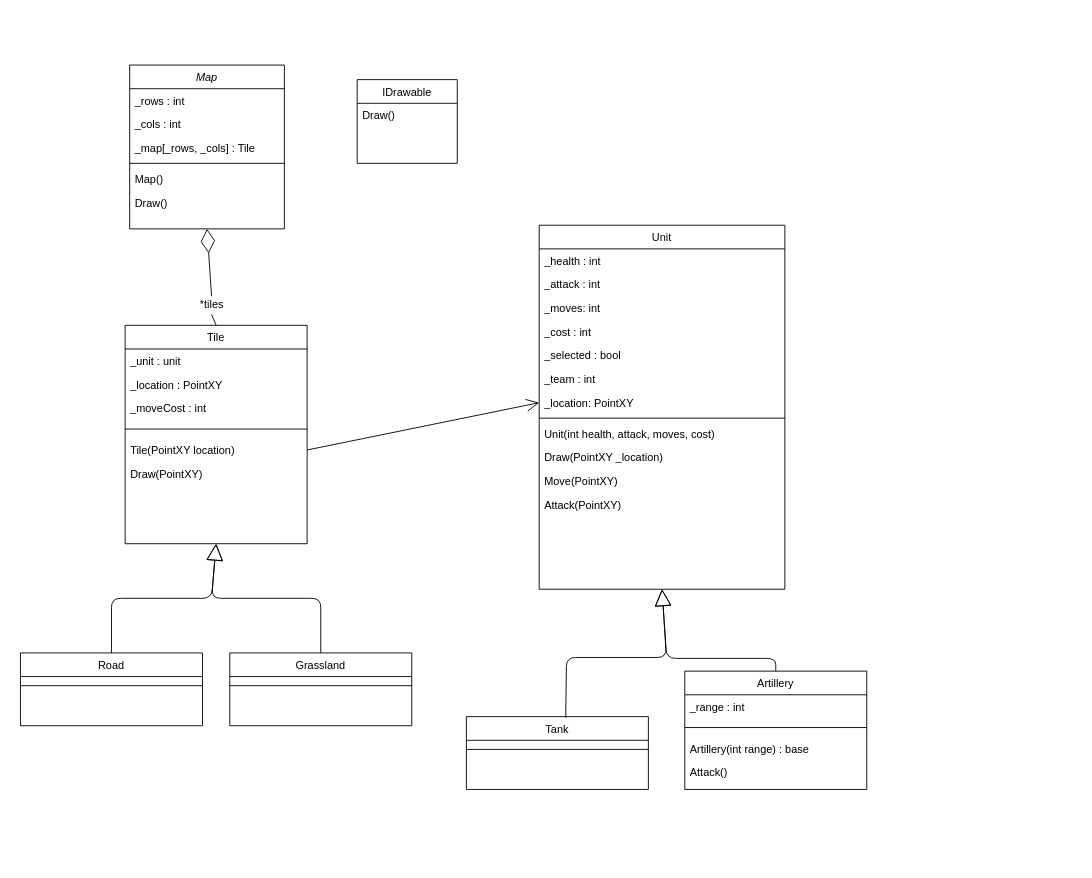
This is CreditTask6.2/AdvanceWarsUML.drawio from Panzer04/COS20007, a draw.io file, before an edit. Source tidied: cells renumbered, new cells numbered last; positions are measured from the earlier drawing's top-left corner, leaving out a move shared by most shapes. Both pictures are drawn from the tidied source at 91%, with x=0, y=0 at pixel (20, 65).
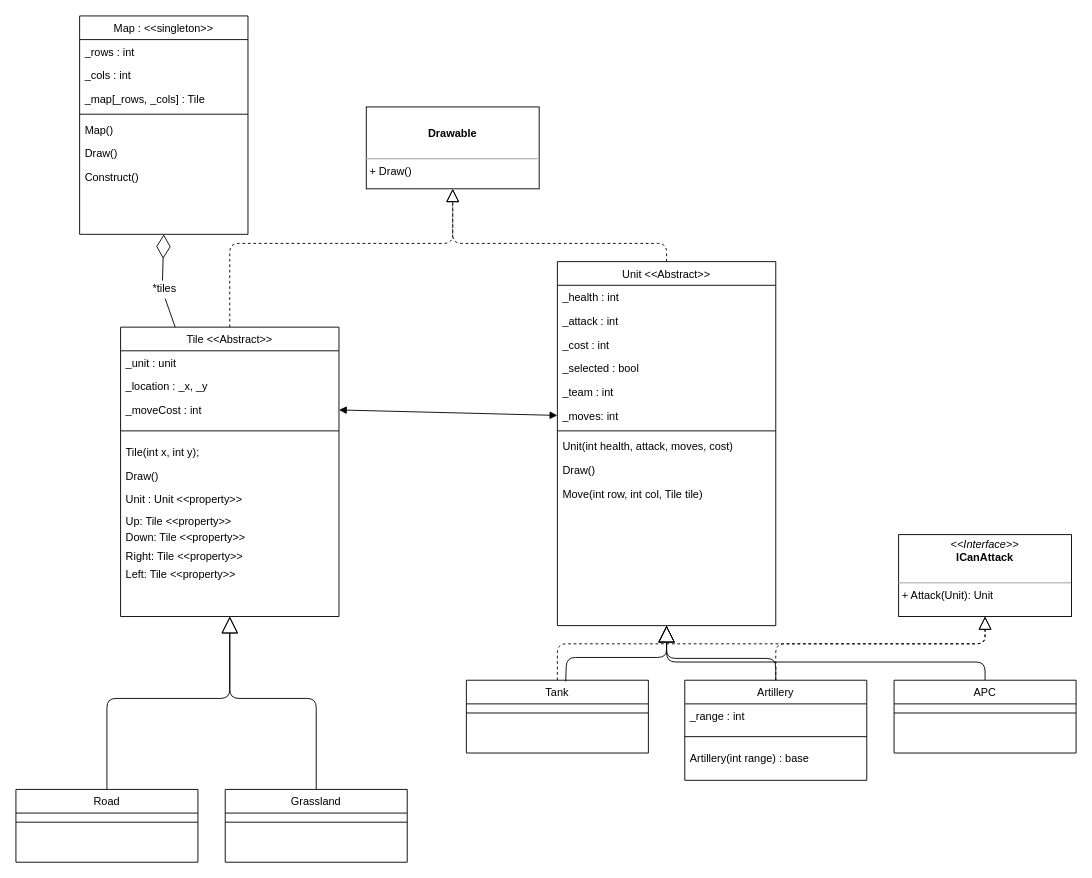
After the change.

Change to the diagram source:
```diff
@@
-    <mxCell id="2" value="Map" style="swimlane;fontStyle=2;align=center;verticalAlign=top;horizontal=1;startSize=26;rounded=0;shadow=0;strokeWidth=1;" parent="1" vertex="1">
-      <mxGeometry x="120" width="170" height="180" as="geometry" />
+    <mxCell id="2" value="Map : &lt;&lt;singleton&gt;&gt;" style="swimlane;fontStyle=0;align=center;verticalAlign=top;horizontal=1;startSize=26;rounded=0;shadow=0;strokeWidth=1;" parent="1" vertex="1">
+      <mxGeometry x="65" y="-54" width="185" height="240" as="geometry" />
     </mxCell>
     <mxCell id="3" value="_rows : int" style="text;align=left;verticalAlign=top;spacingLeft=4;spacingRight=4;overflow=hidden;" parent="2" vertex="1">
-      <mxGeometry y="26" width="170" height="26" as="geometry" />
+      <mxGeometry y="26" width="185" height="26" as="geometry" />
     </mxCell>
     <mxCell id="4" value="_cols : int" style="text;align=left;verticalAlign=top;spacingLeft=4;spacingRight=4;overflow=hidden;rounded=0;shadow=0;html=0;" parent="2" vertex="1">
-      <mxGeometry y="52" width="170" height="26" as="geometry" />
+      <mxGeometry y="52" width="185" height="26" as="geometry" />
     </mxCell>
     <mxCell id="5" value="_map[_rows, _cols] : Tile" style="text;align=left;verticalAlign=top;spacingLeft=4;spacingRight=4;overflow=hidden;rounded=0;shadow=0;html=0;" parent="2" vertex="1">
-      <mxGeometry y="78" width="170" height="26" as="geometry" />
+      <mxGeometry y="78" width="185" height="26" as="geometry" />
     </mxCell>
     <mxCell id="6" style="line;html=1;strokeWidth=1;align=left;verticalAlign=middle;spacingTop=-1;spacingLeft=3;spacingRight=3;labelPosition=right;" parent="2" vertex="1">
-      <mxGeometry y="104" width="170" height="8" as="geometry" />
+      <mxGeometry y="104" width="185" height="8" as="geometry" />
     </mxCell>
     <mxCell id="7" value="Map() " style="text;align=left;verticalAlign=top;spacingLeft=4;spacingRight=4;overflow=hidden;" parent="2" vertex="1">
-      <mxGeometry y="112" width="170" height="26" as="geometry" />
+      <mxGeometry y="112" width="185" height="26" as="geometry" />
     </mxCell>
     <mxCell id="8" value="Draw()" style="text;align=left;verticalAlign=top;spacingLeft=4;spacingRight=4;overflow=hidden;" parent="2" vertex="1">
-      <mxGeometry y="138" width="170" height="26" as="geometry" />
+      <mxGeometry y="138" width="185" height="26" as="geometry" />
     </mxCell>
+    <mxCell id="50" value="Construct()" style="text;align=left;verticalAlign=top;spacingLeft=4;spacingRight=4;overflow=hidden;" parent="2" vertex="1">
+      <mxGeometry y="164" width="185" height="26" as="geometry" />
+    </mxCell>
-    <mxCell id="9" value="Tile" style="swimlane;fontStyle=0;align=center;verticalAlign=top;horizontal=1;startSize=26;rounded=0;shadow=0;strokeWidth=1;" parent="1" vertex="1">
-      <mxGeometry x="115" y="286" width="200" height="240" as="geometry" />
+    <mxCell id="9" value="Tile &lt;&lt;Abstract&gt;&gt;" style="swimlane;fontStyle=0;align=center;verticalAlign=top;horizontal=1;startSize=26;rounded=0;shadow=0;strokeWidth=1;" parent="1" vertex="1">
+      <mxGeometry x="110" y="288" width="240" height="318" as="geometry" />
     </mxCell>
     <mxCell id="10" value="_unit : unit" style="text;align=left;verticalAlign=top;spacingLeft=4;spacingRight=4;overflow=hidden;" parent="9" vertex="1">
-      <mxGeometry y="26" width="200" height="26" as="geometry" />
+      <mxGeometry y="26" width="240" height="26" as="geometry" />
     </mxCell>
-    <mxCell id="11" value="_location : PointXY" style="text;align=left;verticalAlign=top;spacingLeft=4;spacingRight=4;overflow=hidden;rounded=0;shadow=0;html=0;" parent="9" vertex="1">
-      <mxGeometry y="52" width="200" height="26" as="geometry" />
+    <mxCell id="11" value="_location : _x, _y" style="text;align=left;verticalAlign=top;spacingLeft=4;spacingRight=4;overflow=hidden;rounded=0;shadow=0;html=0;" parent="9" vertex="1">
+      <mxGeometry y="52" width="240" height="26" as="geometry" />
     </mxCell>
     <mxCell id="12" value="_moveCost : int" style="text;align=left;verticalAlign=top;spacingLeft=4;spacingRight=4;overflow=hidden;points=[[0,0.5],[1,0.5]];portConstraint=eastwest;rounded=0;shadow=0;html=0;" parent="9" vertex="1">
-      <mxGeometry y="78" width="200" height="26" as="geometry" />
+      <mxGeometry y="78" width="240" height="26" as="geometry" />
     </mxCell>
     <mxCell id="13" style="line;html=1;strokeWidth=1;align=left;verticalAlign=middle;spacingTop=-1;spacingLeft=3;spacingRight=3;labelPosition=right;" parent="9" vertex="1">
-      <mxGeometry y="104" width="200" height="20" as="geometry" />
+      <mxGeometry y="104" width="240" height="20" as="geometry" />
     </mxCell>
-    <mxCell id="14" value="Tile(PointXY location)" style="text;align=left;verticalAlign=top;spacingLeft=4;spacingRight=4;overflow=hidden;points=[[0,0.5],[1,0.5]];portConstraint=eastwest;rounded=0;shadow=0;html=0;" parent="9" vertex="1">
-      <mxGeometry y="124" width="200" height="26" as="geometry" />
+    <mxCell id="14" value="Tile(int x, int y);" style="text;align=left;verticalAlign=top;spacingLeft=4;spacingRight=4;overflow=hidden;points=[[0,0.5],[1,0.5]];portConstraint=eastwest;rounded=0;shadow=0;html=0;whiteSpace=wrap;" parent="9" vertex="1">
+      <mxGeometry y="124" width="240" height="26" as="geometry" />
     </mxCell>
-    <mxCell id="15" value="Draw(PointXY)" style="text;align=left;verticalAlign=top;spacingLeft=4;spacingRight=4;overflow=hidden;rounded=0;shadow=0;html=0;" parent="9" vertex="1">
-      <mxGeometry y="150" width="200" height="26" as="geometry" />
+    <mxCell id="15" value="Draw()" style="text;align=left;verticalAlign=top;spacingLeft=4;spacingRight=4;overflow=hidden;rounded=0;shadow=0;html=0;" parent="9" vertex="1">
+      <mxGeometry y="150" width="240" height="26" as="geometry" />
     </mxCell>
+    <mxCell id="51" value="Unit : Unit &lt;&lt;property&gt;&gt;" style="text;align=left;verticalAlign=top;spacingLeft=4;spacingRight=4;overflow=hidden;rounded=0;shadow=0;html=0;" parent="9" vertex="1">
+      <mxGeometry y="176" width="240" height="24" as="geometry" />
+    </mxCell>
+    <mxCell id="52" value="Up: Tile &lt;&lt;property&gt;&gt;" style="text;align=left;verticalAlign=top;spacingLeft=4;spacingRight=4;overflow=hidden;rounded=0;shadow=0;html=0;" parent="9" vertex="1">
+      <mxGeometry y="200" width="240" height="18" as="geometry" />
+    </mxCell>
+    <mxCell id="53" value="Down: Tile &lt;&lt;property&gt;&gt;" style="text;align=left;verticalAlign=top;spacingLeft=4;spacingRight=4;overflow=hidden;rounded=0;shadow=0;html=0;" parent="9" vertex="1">
+      <mxGeometry y="218" width="240" height="20" as="geometry" />
+    </mxCell>
+    <mxCell id="54" value="Right: Tile &lt;&lt;property&gt;&gt;" style="text;align=left;verticalAlign=top;spacingLeft=4;spacingRight=4;overflow=hidden;rounded=0;shadow=0;html=0;" parent="9" vertex="1">
+      <mxGeometry y="238" width="240" height="20" as="geometry" />
+    </mxCell>
+    <mxCell id="55" value="Left: Tile &lt;&lt;property&gt;&gt;" style="text;align=left;verticalAlign=top;spacingLeft=4;spacingRight=4;overflow=hidden;rounded=0;shadow=0;html=0;" parent="9" vertex="1">
+      <mxGeometry y="258" width="240" height="20" as="geometry" />
+    </mxCell>
-    <mxCell id="16" value="Unit" style="swimlane;fontStyle=0;align=center;verticalAlign=top;horizontal=1;startSize=26;rounded=0;shadow=0;strokeWidth=1;" parent="1" vertex="1">
-      <mxGeometry x="570" y="176" width="270" height="400" as="geometry" />
+    <mxCell id="16" value="Unit &lt;&lt;Abstract&gt;&gt;" style="swimlane;fontStyle=0;align=center;verticalAlign=top;horizontal=1;startSize=26;rounded=0;shadow=0;strokeWidth=1;" parent="1" vertex="1">
+      <mxGeometry x="590" y="216" width="240" height="400" as="geometry" />
     </mxCell>
     <mxCell id="17" value="_health : int&#10;" style="text;align=left;verticalAlign=top;spacingLeft=4;spacingRight=4;overflow=hidden;" parent="16" vertex="1">
-      <mxGeometry y="26" width="270" height="26" as="geometry" />
+      <mxGeometry y="26" width="240" height="26" as="geometry" />
     </mxCell>
     <mxCell id="18" value="_attack : int" style="text;align=left;verticalAlign=top;spacingLeft=4;spacingRight=4;overflow=hidden;" parent="16" vertex="1">
-      <mxGeometry y="52" width="270" height="26" as="geometry" />
+      <mxGeometry y="52" width="240" height="26" as="geometry" />
     </mxCell>
-    <mxCell id="19" value="_moves: int" style="text;align=left;verticalAlign=top;spacingLeft=4;spacingRight=4;overflow=hidden;points=[[0,0.5],[1,0.5]];portConstraint=eastwest;" parent="16" vertex="1">
-      <mxGeometry y="78" width="270" height="26" as="geometry" />
-    </mxCell>
     <mxCell id="20" value="_cost : int" style="text;align=left;verticalAlign=top;spacingLeft=4;spacingRight=4;overflow=hidden;" parent="16" vertex="1">
-      <mxGeometry y="104" width="270" height="26" as="geometry" />
+      <mxGeometry y="78" width="240" height="26" as="geometry" />
     </mxCell>
     <mxCell id="21" value="_selected : bool" style="text;align=left;verticalAlign=top;spacingLeft=4;spacingRight=4;overflow=hidden;" parent="16" vertex="1">
-      <mxGeometry y="130" width="270" height="26" as="geometry" />
+      <mxGeometry y="104" width="240" height="26" as="geometry" />
     </mxCell>
     <mxCell id="22" value="_team : int" style="text;align=left;verticalAlign=top;spacingLeft=4;spacingRight=4;overflow=hidden;" parent="16" vertex="1">
-      <mxGeometry y="156" width="270" height="26" as="geometry" />
+      <mxGeometry y="130" width="240" height="26" as="geometry" />
     </mxCell>
-    <mxCell id="23" value="_location: PointXY" style="text;align=left;verticalAlign=top;spacingLeft=4;spacingRight=4;overflow=hidden;points=[[0,0.5],[1,0.5]];portConstraint=eastwest;" parent="16" vertex="1">
-      <mxGeometry y="182" width="270" height="26" as="geometry" />
-    </mxCell>
+    <mxCell id="19" value="_moves: int" style="text;align=left;verticalAlign=top;spacingLeft=4;spacingRight=4;overflow=hidden;points=[[0,0.5],[1,0.5]];portConstraint=eastwest;" parent="16" vertex="1">
+      <mxGeometry y="156" width="240" height="26" as="geometry" />
+    </mxCell>
     <mxCell id="24" style="line;html=1;strokeWidth=1;align=left;verticalAlign=middle;spacingTop=-1;spacingLeft=3;spacingRight=3;labelPosition=right;" parent="16" vertex="1">
-      <mxGeometry y="208" width="270" height="8" as="geometry" />
+      <mxGeometry y="182" width="240" height="8" as="geometry" />
     </mxCell>
     <mxCell id="25" value="Unit(int health, attack, moves, cost)" style="text;align=left;verticalAlign=top;spacingLeft=4;spacingRight=4;overflow=hidden;" parent="16" vertex="1">
-      <mxGeometry y="216" width="270" height="26" as="geometry" />
+      <mxGeometry y="190" width="240" height="26" as="geometry" />
     </mxCell>
-    <mxCell id="26" value="Draw(PointXY _location)" style="text;align=left;verticalAlign=top;spacingLeft=4;spacingRight=4;overflow=hidden;" parent="16" vertex="1">
-      <mxGeometry y="242" width="270" height="26" as="geometry" />
+    <mxCell id="26" value="Draw()" style="text;align=left;verticalAlign=top;spacingLeft=4;spacingRight=4;overflow=hidden;" parent="16" vertex="1">
+      <mxGeometry y="216" width="240" height="26" as="geometry" />
     </mxCell>
-    <mxCell id="27" value="Move(PointXY)" style="text;align=left;verticalAlign=top;spacingLeft=4;spacingRight=4;overflow=hidden;" parent="16" vertex="1">
-      <mxGeometry y="268" width="270" height="26" as="geometry" />
+    <mxCell id="27" value="Move(int row, int col, Tile tile) " style="text;align=left;verticalAlign=top;spacingLeft=4;spacingRight=4;overflow=hidden;" parent="16" vertex="1">
+      <mxGeometry y="242" width="240" height="26" as="geometry" />
     </mxCell>
-    <mxCell id="28" value="Attack(PointXY)" style="text;align=left;verticalAlign=top;spacingLeft=4;spacingRight=4;overflow=hidden;" parent="16" vertex="1">
-      <mxGeometry y="294" width="270" height="26" as="geometry" />
-    </mxCell>
-    <mxCell id="29" style="endArrow=diamondThin;endFill=0;endSize=24;html=1;exitX=0.5;exitY=0;exitDx=0;exitDy=0;rounded=0;entryX=0.5;entryY=1;entryDx=0;entryDy=0;startArrow=none;" parent="1" edge="1" source="48" target="2">
+    <mxCell id="29" style="endArrow=diamondThin;endFill=0;endSize=24;html=1;exitX=0.464;exitY=0.043;exitDx=0;exitDy=0;rounded=0;entryX=0.5;entryY=1;entryDx=0;entryDy=0;startArrow=none;exitPerimeter=0;" parent="1" edge="1" source="48" target="2">
       <mxGeometry relative="1" as="geometry" />
     </mxCell>
-    <mxCell id="30" style="endArrow=open;endFill=1;endSize=12;html=1;exitX=1;exitY=0.5;exitDx=0;exitDy=0;entryX=0;entryY=0.5;entryDx=0;entryDy=0;" parent="1" edge="1" source="14" target="23">
-      <mxGeometry relative="1" as="geometry" />
-    </mxCell>
     <mxCell id="31" value="Road" style="swimlane;fontStyle=0;align=center;verticalAlign=top;horizontal=1;startSize=26;rounded=0;shadow=0;strokeWidth=1;" parent="1" vertex="1">
-      <mxGeometry y="646" width="200" height="80" as="geometry" />
+      <mxGeometry x="-5" y="796" width="200" height="80" as="geometry" />
     </mxCell>
@@
     <mxCell id="33" value="Grassland" style="swimlane;fontStyle=0;align=center;verticalAlign=top;horizontal=1;startSize=26;rounded=0;shadow=0;strokeWidth=1;" parent="1" vertex="1">
-      <mxGeometry x="230" y="646" width="200" height="80" as="geometry" />
+      <mxGeometry x="225" y="796" width="200" height="80" as="geometry" />
     </mxCell>
@@
     <mxCell id="35" style="endArrow=block;endSize=16;endFill=0;html=1;entryX=0.5;entryY=1;entryDx=0;entryDy=0;exitX=0.5;exitY=0;exitDx=0;exitDy=0;" parent="1" edge="1" source="31" target="9">
       <mxGeometry relative="1" as="geometry">
         <Array as="points">
-          <mxPoint x="100" y="586" />
-          <mxPoint x="210" y="586" />
+          <mxPoint x="95" y="696" />
+          <mxPoint x="230" y="696" />
         </Array>
       </mxGeometry>
     </mxCell>
     <mxCell id="36" style="endArrow=block;endSize=16;endFill=0;html=1;exitX=0.5;exitY=0;exitDx=0;exitDy=0;entryX=0.5;entryY=1;entryDx=0;entryDy=0;" parent="1" edge="1" source="33" target="9">
       <mxGeometry relative="1" as="geometry">
         <Array as="points">
-          <mxPoint x="330" y="586" />
-          <mxPoint x="210" y="586" />
+          <mxPoint x="325" y="696" />
+          <mxPoint x="230" y="696" />
         </Array>
       </mxGeometry>
     </mxCell>
     <mxCell id="37" value="Tank" style="swimlane;fontStyle=0;align=center;verticalAlign=top;horizontal=1;startSize=26;rounded=0;shadow=0;strokeWidth=1;" parent="1" vertex="1">
-      <mxGeometry x="490" y="716" width="200" height="80" as="geometry" />
+      <mxGeometry x="490" y="676" width="200" height="80" as="geometry" />
     </mxCell>
@@
     <mxCell id="39" value="Artillery" style="swimlane;fontStyle=0;align=center;verticalAlign=top;horizontal=1;startSize=26;rounded=0;shadow=0;strokeWidth=1;" parent="1" vertex="1">
-      <mxGeometry x="730" y="666" width="200" height="130" as="geometry" />
+      <mxGeometry x="730" y="676" width="200" height="110" as="geometry" />
     </mxCell>
@@
-    <mxCell id="43" value="Attack()" style="text;align=left;verticalAlign=top;spacingLeft=4;spacingRight=4;overflow=hidden;" parent="39" vertex="1">
-      <mxGeometry y="98" width="200" height="26" as="geometry" />
-    </mxCell>
@@
-    <mxCell id="46" value="IDrawable" style="swimlane;fontStyle=0;align=center;verticalAlign=top;horizontal=1;startSize=26;rounded=0;shadow=0;strokeWidth=1;whiteSpace=wrap;html=1;" parent="1" vertex="1">
-      <mxGeometry x="370" y="16" width="110" height="92" as="geometry" />
-    </mxCell>
-    <mxCell id="47" value="Draw()" style="text;align=left;verticalAlign=top;spacingLeft=4;spacingRight=4;overflow=hidden;" parent="46" vertex="1">
-      <mxGeometry y="26" width="110" height="26" as="geometry" />
-    </mxCell>
     <mxCell id="48" value="*tiles" style="text;html=1;align=center;verticalAlign=middle;points=[];strokeColor=none;" parent="1" vertex="1">
-      <mxGeometry x="190" y="254" width="40" height="20" as="geometry" />
+      <mxGeometry x="137.5" y="236" width="40" height="20" as="geometry" />
     </mxCell>
-    <mxCell id="49" style="endArrow=none;endFill=0;endSize=24;html=1;exitX=0.5;exitY=0;exitDx=0;exitDy=0;rounded=0;entryX=0.5;entryY=1;entryDx=0;entryDy=0;" parent="1" edge="1" source="9" target="48">
+    <mxCell id="49" style="endArrow=none;endFill=0;endSize=24;html=1;exitX=0.25;exitY=0;exitDx=0;exitDy=0;rounded=0;entryX=0.539;entryY=1.036;entryDx=0;entryDy=0;entryPerimeter=0;" parent="1" edge="1" source="9" target="48">
       <mxGeometry relative="1" as="geometry" />
     </mxCell>
+    <mxCell id="56" value="&lt;p style=&quot;margin: 0px ; margin-top: 4px ; text-align: center&quot;&gt;&lt;i&gt;&amp;lt;&amp;lt;Interface&amp;gt;&amp;gt;&lt;/i&gt;&lt;br&gt;&lt;b&gt;ICanAttack&lt;/b&gt;&lt;/p&gt;&lt;br&gt;&lt;hr size=&quot;1&quot;&gt;&lt;p style=&quot;margin: 0px ; margin-left: 4px&quot;&gt;+ Attack(Unit): Unit&lt;/p&gt;" style="verticalAlign=top;align=left;overflow=fill;fontSize=12;fontFamily=Helvetica;html=1;" parent="1" vertex="1">
+      <mxGeometry x="965" y="516" width="190" height="90" as="geometry" />
+    </mxCell>
+    <mxCell id="57" value="APC" style="swimlane;fontStyle=0;align=center;verticalAlign=top;horizontal=1;startSize=26;rounded=0;shadow=0;strokeWidth=1;" parent="1" vertex="1">
+      <mxGeometry x="960" y="676" width="200" height="80" as="geometry" />
+    </mxCell>
+    <mxCell id="58" style="line;html=1;strokeWidth=1;align=left;verticalAlign=middle;spacingTop=-1;spacingLeft=3;spacingRight=3;labelPosition=right;" parent="57" vertex="1">
+      <mxGeometry y="26" width="200" height="20" as="geometry" />
+    </mxCell>
+    <mxCell id="59" style="endArrow=block;dashed=1;endFill=0;endSize=12;html=1;entryX=0.5;entryY=1;entryDx=0;entryDy=0;exitX=0.5;exitY=0;exitDx=0;exitDy=0;" parent="1" edge="1" source="39" target="56">
+      <mxGeometry relative="1" as="geometry">
+        <Array as="points">
+          <mxPoint x="830" y="636" />
+          <mxPoint x="1060" y="636" />
+        </Array>
+      </mxGeometry>
+    </mxCell>
+    <mxCell id="60" style="endArrow=block;dashed=1;endFill=0;endSize=12;html=1;entryX=0.5;entryY=1;entryDx=0;entryDy=0;exitX=0.5;exitY=0;exitDx=0;exitDy=0;" parent="1" edge="1" source="37" target="56">
+      <mxGeometry relative="1" as="geometry">
+        <Array as="points">
+          <mxPoint x="590" y="636" />
+          <mxPoint x="1060" y="636" />
+        </Array>
+      </mxGeometry>
+    </mxCell>
+    <mxCell id="61" style="endArrow=block;endSize=16;endFill=0;html=1;exitX=0.5;exitY=0;exitDx=0;exitDy=0;entryX=0.5;entryY=1;entryDx=0;entryDy=0;" parent="1" edge="1" source="57" target="16">
+      <mxGeometry relative="1" as="geometry">
+        <Array as="points">
+          <mxPoint x="1060" y="656" />
+          <mxPoint x="710" y="656" />
+        </Array>
+      </mxGeometry>
+    </mxCell>
+    <mxCell id="62" style="endArrow=block;startArrow=block;endFill=1;startFill=1;html=1;exitX=1;exitY=0.5;exitDx=0;exitDy=0;entryX=0;entryY=0.5;entryDx=0;entryDy=0;" parent="1" edge="1" source="12" target="19">
+      <mxGeometry relative="1" as="geometry" />
+    </mxCell>
+    <mxCell id="63" value="&lt;p style=&quot;margin: 0px ; margin-top: 4px ; text-align: center&quot;&gt;&lt;br&gt;&lt;/p&gt;&lt;p style=&quot;margin: 0px ; margin-top: 4px ; text-align: center&quot;&gt;&lt;b&gt;Drawable&lt;/b&gt;&lt;/p&gt;&lt;br&gt;&lt;hr size=&quot;1&quot;&gt;&lt;p style=&quot;margin: 0px ; margin-left: 4px&quot;&gt;+ Draw()&lt;/p&gt;" style="verticalAlign=top;align=left;overflow=fill;fontSize=12;fontFamily=Helvetica;html=1;" parent="1" vertex="1">
+      <mxGeometry x="380" y="46" width="190" height="90" as="geometry" />
+    </mxCell>
+    <mxCell id="64" style="endArrow=block;dashed=1;endFill=0;endSize=12;html=1;exitX=0.5;exitY=0;exitDx=0;exitDy=0;entryX=0.5;entryY=1;entryDx=0;entryDy=0;" parent="1" edge="1" source="9" target="63">
+      <mxGeometry relative="1" as="geometry">
+        <Array as="points">
+          <mxPoint x="230" y="196" />
+          <mxPoint x="475" y="196" />
+        </Array>
+      </mxGeometry>
+    </mxCell>
+    <mxCell id="65" style="endArrow=block;dashed=1;endFill=0;endSize=12;html=1;exitX=0.5;exitY=0;exitDx=0;exitDy=0;entryX=0.5;entryY=1;entryDx=0;entryDy=0;" parent="1" edge="1" source="16" target="63">
+      <mxGeometry relative="1" as="geometry">
+        <Array as="points">
+          <mxPoint x="710" y="196" />
+          <mxPoint x="475" y="196" />
+        </Array>
+      </mxGeometry>
+    </mxCell>
```
